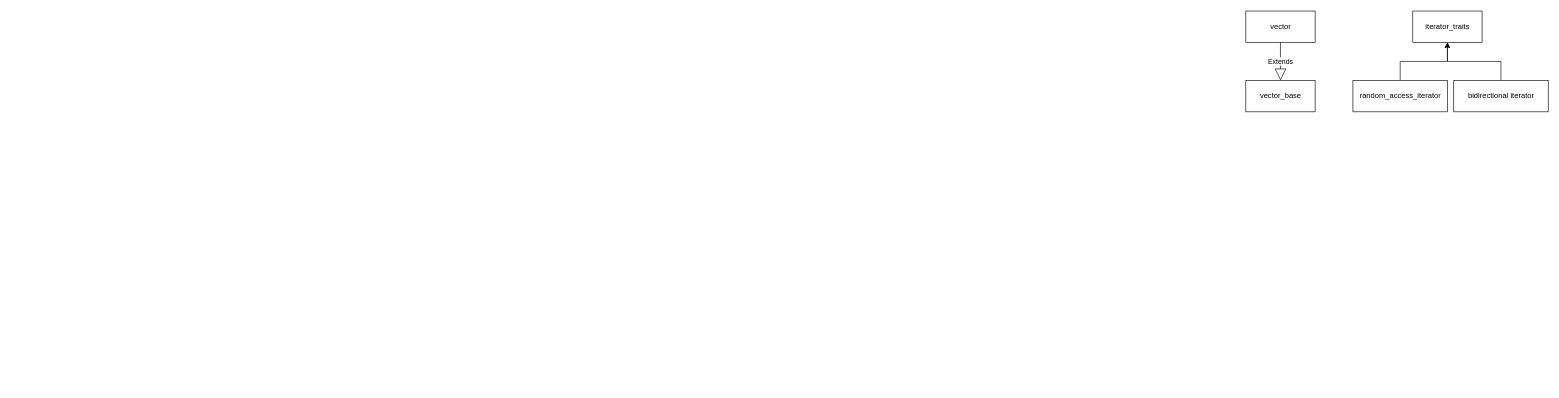
Above: ft_containers.drawio in nyeoni/ft_containers (draw.io), before the change. Source tidied: cells renumbered, new cells numbered last; positions are measured from the earlier drawing's top-left corner, leaving out a move shared by most shapes. Both pictures are drawn from the tidied source at 63%, with x=0, y=0 at pixel (1246, 11).
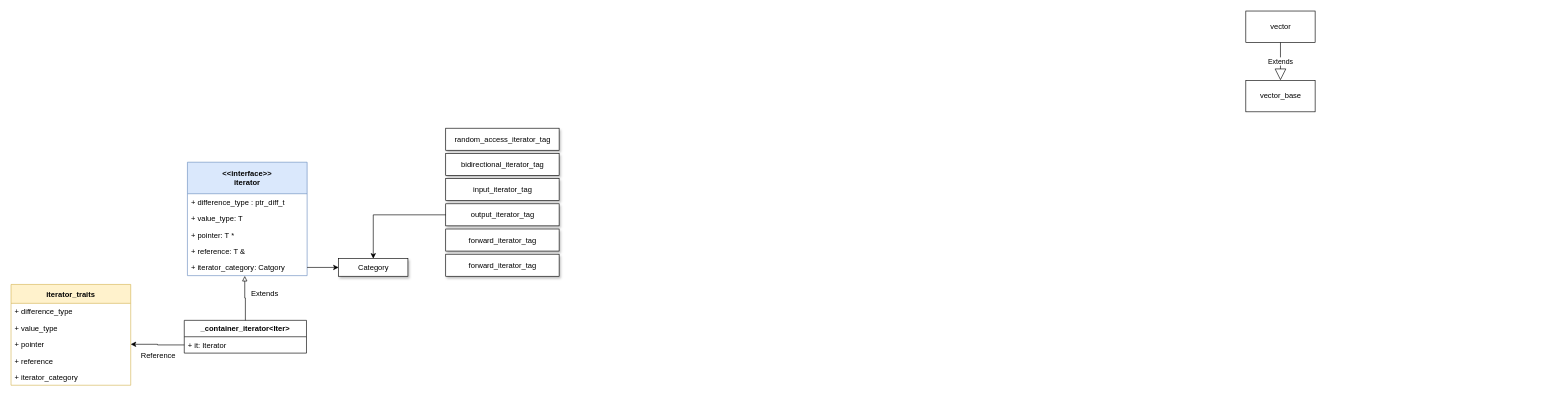
The same diagram, later.

What changed in the source:
```diff
@@
+    <mxCell id="10" value="&lt;&lt;interface&gt;&gt;&#10;iterator" style="swimlane;fontStyle=1;horizontal=1;startSize=50;fillColor=#dae8fc;strokeColor=#6c8ebf;" parent="1" vertex="1">
+      <mxGeometry x="-1680" y="240" width="190" height="180" as="geometry" />
+    </mxCell>
+    <mxCell id="11" value="+ difference_type : ptr_diff_t  " style="text;strokeColor=none;fillColor=none;align=left;verticalAlign=top;spacingLeft=4;spacingRight=4;overflow=hidden;" parent="10" vertex="1">
+      <mxGeometry y="50" width="190" height="26" as="geometry" />
+    </mxCell>
+    <mxCell id="12" value="+ value_type: T" style="text;strokeColor=none;fillColor=none;align=left;verticalAlign=top;spacingLeft=4;spacingRight=4;overflow=hidden;" parent="10" vertex="1">
+      <mxGeometry y="76" width="190" height="26" as="geometry" />
+    </mxCell>
+    <mxCell id="13" value="+ pointer: T *&#10;" style="text;strokeColor=none;fillColor=none;align=left;verticalAlign=top;spacingLeft=4;spacingRight=4;overflow=hidden;" parent="10" vertex="1">
+      <mxGeometry y="102" width="190" height="26" as="geometry" />
+    </mxCell>
+    <mxCell id="14" value="+ reference: T &amp;&#10;" style="text;strokeColor=none;fillColor=none;align=left;verticalAlign=top;spacingLeft=4;spacingRight=4;overflow=hidden;" parent="10" vertex="1">
+      <mxGeometry y="128" width="190" height="26" as="geometry" />
+    </mxCell>
+    <mxCell id="15" value="+ iterator_category: Catgory&#10;" style="text;strokeColor=none;fillColor=none;align=left;verticalAlign=top;spacingLeft=4;spacingRight=4;overflow=hidden;points=[[0,0.5],[1,0.5]];portConstraint=eastwest;" parent="10" vertex="1">
+      <mxGeometry y="154" width="190" height="26" as="geometry" />
+    </mxCell>
+    <mxCell id="16" style="edgeStyle=orthogonalEdgeStyle;rounded=0;jettySize=auto;html=1;exitX=1;exitY=0.5;exitDx=0;exitDy=0;entryX=0;entryY=0.5;entryDx=0;entryDy=0;" parent="1" edge="1" source="15" target="17">
+      <mxGeometry relative="1" as="geometry" />
+    </mxCell>
+    <mxCell id="17" value="Category" style="html=1;shadow=1;" parent="1" vertex="1">
+      <mxGeometry x="-1440" y="393" width="110" height="28" as="geometry" />
+    </mxCell>
+    <mxCell id="18" style="group;" parent="1" vertex="1">
+      <mxGeometry x="-1270" y="186" width="180" height="235" as="geometry" />
+    </mxCell>
+    <mxCell id="19" value="random_access_iterator_tag" style="html=1;shadow=1;" parent="18" vertex="1">
+      <mxGeometry width="180" height="35" as="geometry" />
+    </mxCell>
+    <mxCell id="20" value="bidirectional_iterator_tag" style="html=1;shadow=1;" parent="18" vertex="1">
+      <mxGeometry y="40" width="180" height="35" as="geometry" />
+    </mxCell>
+    <mxCell id="21" value="input_iterator_tag" style="html=1;shadow=1;" parent="18" vertex="1">
+      <mxGeometry y="80" width="180" height="35" as="geometry" />
+    </mxCell>
+    <mxCell id="22" value="output_iterator_tag" style="html=1;shadow=1;" parent="18" vertex="1">
+      <mxGeometry y="120" width="180" height="35" as="geometry" />
+    </mxCell>
+    <mxCell id="23" value="forward_iterator_tag" style="html=1;shadow=1;" parent="18" vertex="1">
+      <mxGeometry y="160" width="180" height="35" as="geometry" />
+    </mxCell>
+    <mxCell id="24" value="forward_iterator_tag" style="html=1;shadow=1;" parent="18" vertex="1">
+      <mxGeometry y="200" width="180" height="35" as="geometry" />
+    </mxCell>
+    <mxCell id="25" style="edgeStyle=orthogonalEdgeStyle;rounded=0;jettySize=auto;html=1;entryX=0.5;entryY=0;entryDx=0;entryDy=0;" parent="1" edge="1" source="22" target="17">
+      <mxGeometry relative="1" as="geometry" />
+    </mxCell>
-    <mxCell id="5" value="iterator_traits" style="html=1;" parent="1" vertex="1">
-      <mxGeometry x="265" width="110" height="50" as="geometry" />
+    <mxCell id="5" value="iterator_traits" style="swimlane;fontStyle=1;horizontal=1;startSize=30;fillColor=#fff2cc;strokeColor=#d6b656;" parent="1" vertex="1">
+      <mxGeometry x="-1960" y="434" width="190" height="160" as="geometry" />
     </mxCell>
-    <mxCell id="6" style="edgeStyle=orthogonalEdgeStyle;rounded=0;jettySize=auto;html=1;entryX=0.5;entryY=1;entryDx=0;entryDy=0;" parent="1" edge="1" source="7" target="5">
-      <mxGeometry relative="1" as="geometry" />
-    </mxCell>
-    <mxCell id="7" value="random_access_iterator" style="html=1;" parent="1" vertex="1">
-      <mxGeometry x="170" y="110" width="150" height="50" as="geometry" />
-    </mxCell>
-    <mxCell id="8" style="edgeStyle=orthogonalEdgeStyle;rounded=0;jettySize=auto;html=1;entryX=0.5;entryY=1;entryDx=0;entryDy=0;" parent="1" edge="1" source="9" target="5">
-      <mxGeometry relative="1" as="geometry" />
-    </mxCell>
-    <mxCell id="9" value="bidirectional iterator" style="html=1;" parent="1" vertex="1">
-      <mxGeometry x="330" y="110" width="150" height="50" as="geometry" />
-    </mxCell>
+    <mxCell id="26" value="+ difference_type   " style="text;strokeColor=none;fillColor=none;align=left;verticalAlign=top;spacingLeft=4;spacingRight=4;overflow=hidden;" parent="5" vertex="1">
+      <mxGeometry y="30" width="190" height="26" as="geometry" />
+    </mxCell>
+    <mxCell id="27" value="+ value_type" style="text;strokeColor=none;fillColor=none;align=left;verticalAlign=top;spacingLeft=4;spacingRight=4;overflow=hidden;" parent="5" vertex="1">
+      <mxGeometry y="56" width="190" height="26" as="geometry" />
+    </mxCell>
+    <mxCell id="28" value="+ pointer" style="text;strokeColor=none;fillColor=none;align=left;verticalAlign=top;spacingLeft=4;spacingRight=4;overflow=hidden;points=[[0,0.5],[1,0.5]];portConstraint=eastwest;" parent="5" vertex="1">
+      <mxGeometry y="82" width="190" height="26" as="geometry" />
+    </mxCell>
+    <mxCell id="29" value="+ reference&#10;" style="text;strokeColor=none;fillColor=none;align=left;verticalAlign=top;spacingLeft=4;spacingRight=4;overflow=hidden;" parent="5" vertex="1">
+      <mxGeometry y="108" width="190" height="26" as="geometry" />
+    </mxCell>
+    <mxCell id="30" value="+ iterator_category" style="text;strokeColor=none;fillColor=none;align=left;verticalAlign=top;spacingLeft=4;spacingRight=4;overflow=hidden;" parent="5" vertex="1">
+      <mxGeometry y="134" width="190" height="26" as="geometry" />
+    </mxCell>
+    <mxCell id="31" style="edgeStyle=orthogonalEdgeStyle;rounded=0;jettySize=auto;html=1;entryX=0.479;entryY=1.019;entryDx=0;entryDy=0;entryPerimeter=0;endArrow=block;endFill=0;" parent="1" edge="1" source="32" target="15">
+      <mxGeometry relative="1" as="geometry" />
+    </mxCell>
+    <mxCell id="32" value="_container_iterator&lt;Iter&gt;" style="swimlane;fontStyle=1;horizontal=1;startSize=26;fillColor=none;shadow=0;" parent="1" vertex="1">
+      <mxGeometry x="-1685" y="491" width="194" height="52" as="geometry" />
+    </mxCell>
+    <mxCell id="33" value="+ it: Iterator" style="text;strokeColor=none;fillColor=none;align=left;verticalAlign=top;spacingLeft=4;spacingRight=4;overflow=hidden;points=[[0,0.5],[1,0.5]];portConstraint=eastwest;shadow=1;" parent="32" vertex="1">
+      <mxGeometry y="26" width="194" height="26" as="geometry" />
+    </mxCell>
+    <mxCell id="34" value="Extends" style="text;html=1;strokeColor=none;fillColor=none;align=center;verticalAlign=middle;whiteSpace=wrap;rounded=0;shadow=1;" parent="1" vertex="1">
+      <mxGeometry x="-1587" y="434" width="60" height="30" as="geometry" />
+    </mxCell>
+    <mxCell id="35" style="edgeStyle=orthogonalEdgeStyle;rounded=0;jettySize=auto;html=1;entryX=1;entryY=0.5;entryDx=0;entryDy=0;endArrow=classic;endFill=1;exitX=0;exitY=0.5;exitDx=0;exitDy=0;" parent="1" edge="1" source="33" target="28">
+      <mxGeometry relative="1" as="geometry" />
+    </mxCell>
+    <mxCell id="36" value="Reference" style="text;html=1;strokeColor=none;fillColor=none;align=center;verticalAlign=middle;whiteSpace=wrap;rounded=0;shadow=1;" parent="1" vertex="1">
+      <mxGeometry x="-1756" y="533" width="60" height="30" as="geometry" />
+    </mxCell>
```
